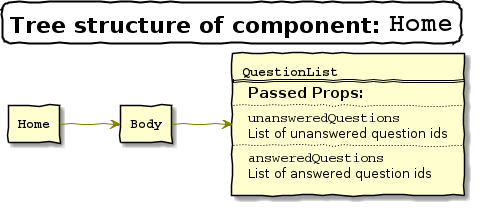
Before: docs/images/home_component_structure.png, a diagram exported from PlantUML (notetiene/reactnd-would-you-rather).
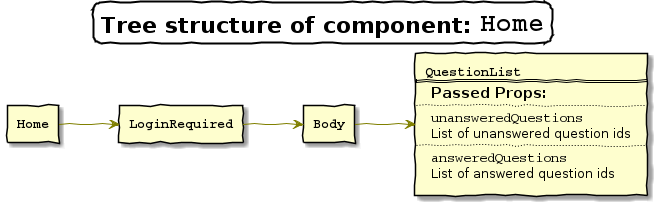
After the change.

Commit message:
Add LoginRequired to the Home component

What changed in the source:
```diff
@@ -6,9 +6,7 @@
     handwritten true
     shadowing true
     defaultMonospacedFontName Courier
-    usecase {
-        ArrowColor Olive
-    }
+    ArrowColor Olive
 }
 
 title =Tree structure of component: ""Home""
@@ -16,6 +14,9 @@
 
 rectangle Home [
 ""**Home**""
+]
+rectangle LoginRequired [
+""**LoginRequired**""
 ]
 rectangle Body [
 ""**Body**""
@@ -32,6 +33,7 @@
 <size:13>List of answered question ids
 ]
 
-Home --> Body
+Home --> LoginRequired
+LoginRequired --> Body
 Body --> QuestionList
 @enduml
```
